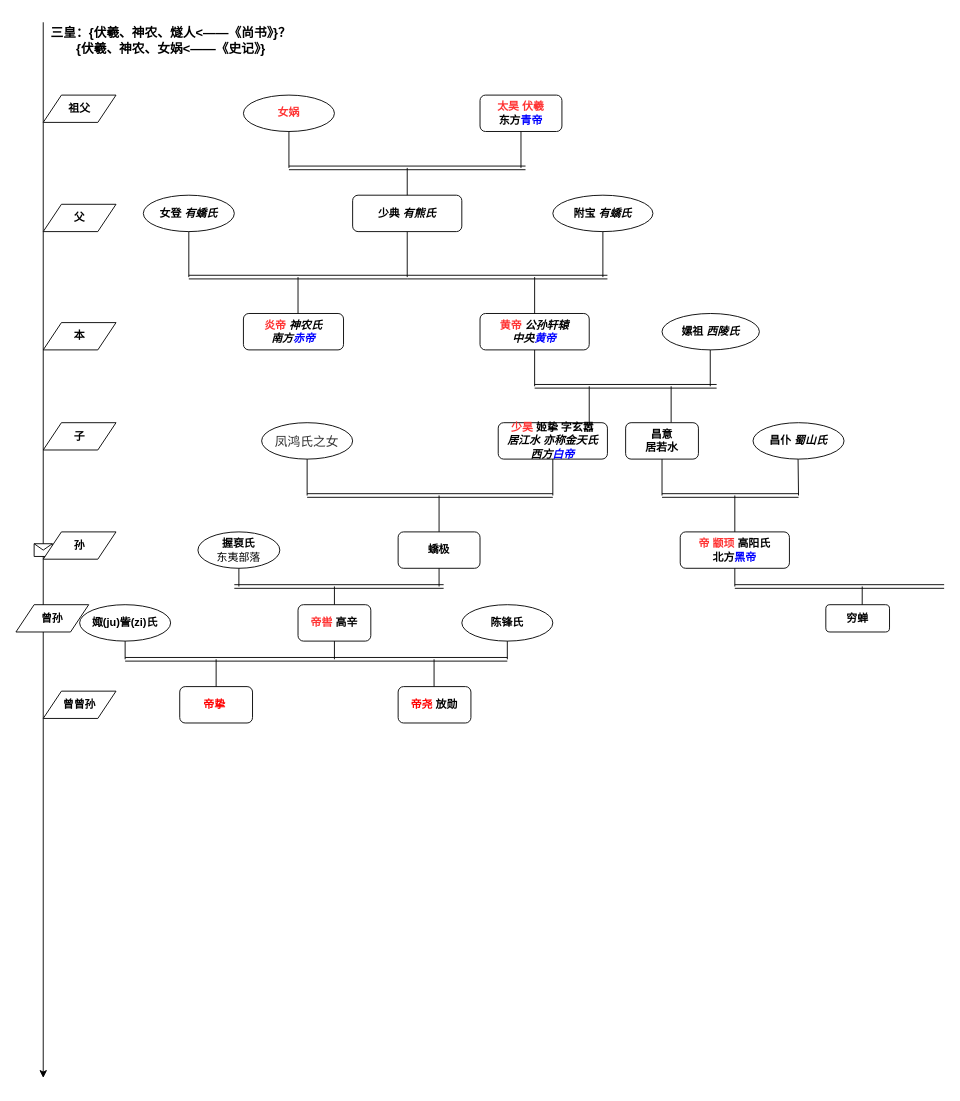
The draw.io diagram imgForHistory/五帝族谱.drawio in Jinzewang/PictureForBlog, before the edit. Source tidied: cells renumbered, new cells numbered last; positions are measured from the earlier drawing's top-left corner, leaving out a move shared by most shapes. Both pictures are drawn from the tidied source at 91%, with x=0, y=0 at pixel (15, 22).
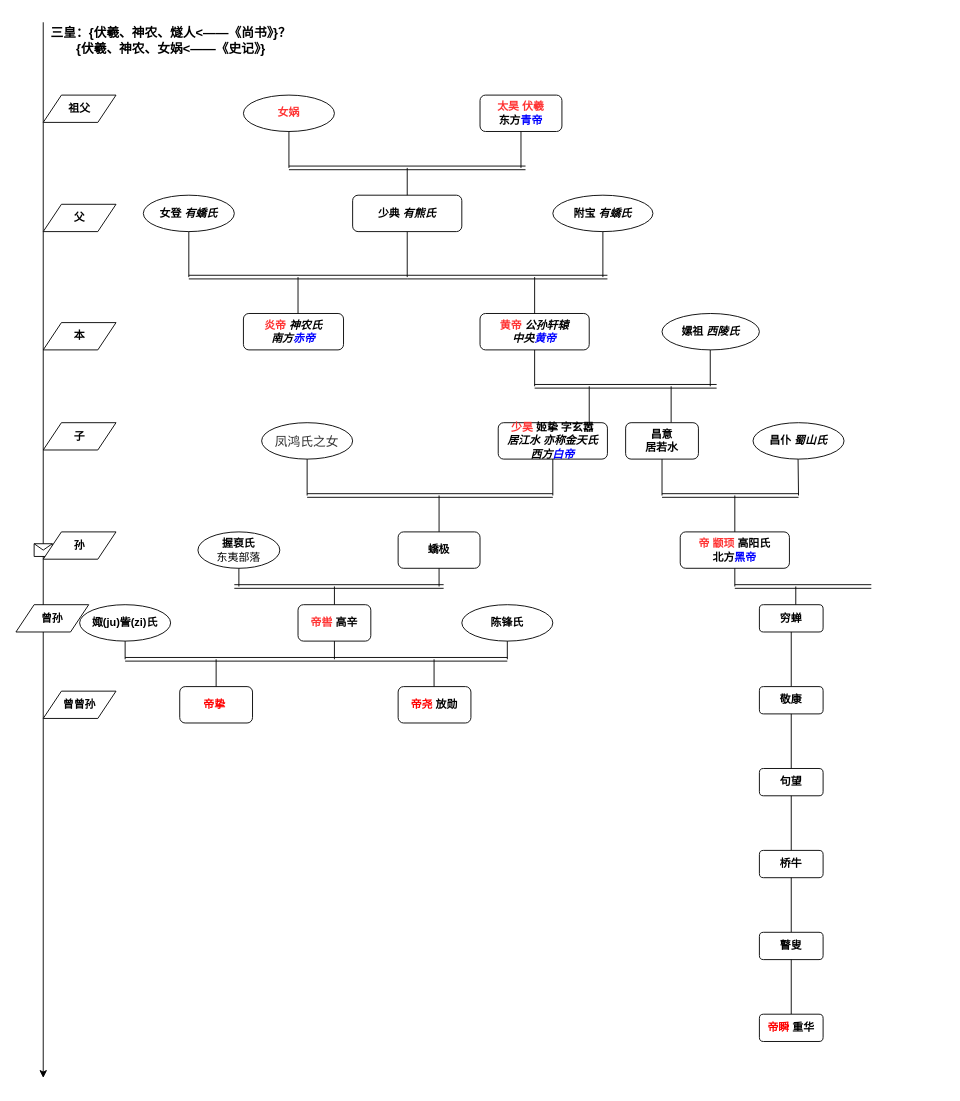
After the change.

Diff of the diagram source:
```diff
@@
     <mxCell id="34" value="&lt;b&gt;穷蝉&lt;/b&gt;" style="rounded=1;whiteSpace=wrap;html=1;fontColor=#000000;" parent="1" vertex="1">
-      <mxGeometry x="890" y="640" width="70" height="30" as="geometry" />
+      <mxGeometry x="817" y="640" width="70" height="30" as="geometry" />
     </mxCell>
@@
     <mxCell id="67" style="shape=link;html=1;rounded=0;" parent="1" edge="1">
       <mxGeometry relative="1" as="geometry">
         <mxPoint x="790" y="620" as="sourcePoint" />
-        <mxPoint x="1020" y="620" as="targetPoint" />
+        <mxPoint x="940" y="620" as="targetPoint" />
       </mxGeometry>
     </mxCell>
     <mxCell id="68" style="endArrow=none;html=1;rounded=0;exitX=0.571;exitY=0;exitDx=0;exitDy=0;exitPerimeter=0;" parent="1" edge="1" source="34">
       <mxGeometry relative="1" as="geometry">
-        <mxPoint x="930" y="620" as="targetPoint" />
+        <mxPoint x="857" y="620" as="targetPoint" />
       </mxGeometry>
     </mxCell>
@@
+    <mxCell id="70" style="endArrow=none;html=1;rounded=0;entryX=0.5;entryY=1;entryDx=0;entryDy=0;" parent="1" edge="1" target="34">
+      <mxGeometry relative="1" as="geometry">
+        <mxPoint x="852" y="730" as="sourcePoint" />
+      </mxGeometry>
+    </mxCell>
+    <mxCell id="71" value="&lt;b&gt;敬康&lt;/b&gt;" style="rounded=1;whiteSpace=wrap;html=1;fontColor=#000000;" parent="1" vertex="1">
+      <mxGeometry x="817" y="730" width="70" height="30" as="geometry" />
+    </mxCell>
+    <mxCell id="72" style="endArrow=none;html=1;rounded=0;entryX=0.5;entryY=1;entryDx=0;entryDy=0;" parent="1" edge="1">
+      <mxGeometry relative="1" as="geometry">
+        <mxPoint x="852" y="820" as="sourcePoint" />
+        <mxPoint x="852" y="760" as="targetPoint" />
+      </mxGeometry>
+    </mxCell>
+    <mxCell id="73" value="&lt;b&gt;句望&lt;br&gt;&lt;/b&gt;" style="rounded=1;whiteSpace=wrap;html=1;fontColor=#000000;" parent="1" vertex="1">
+      <mxGeometry x="817" y="820" width="70" height="30" as="geometry" />
+    </mxCell>
+    <mxCell id="74" style="endArrow=none;html=1;rounded=0;entryX=0.5;entryY=1;entryDx=0;entryDy=0;" parent="1" edge="1">
+      <mxGeometry relative="1" as="geometry">
+        <mxPoint x="852" y="910" as="sourcePoint" />
+        <mxPoint x="852" y="850" as="targetPoint" />
+      </mxGeometry>
+    </mxCell>
+    <mxCell id="75" value="&lt;b&gt;桥牛&lt;/b&gt;" style="rounded=1;whiteSpace=wrap;html=1;fontColor=#000000;" parent="1" vertex="1">
+      <mxGeometry x="817" y="910" width="70" height="30" as="geometry" />
+    </mxCell>
+    <mxCell id="76" style="endArrow=none;html=1;rounded=0;entryX=0.5;entryY=1;entryDx=0;entryDy=0;" parent="1" edge="1">
+      <mxGeometry relative="1" as="geometry">
+        <mxPoint x="852" y="1000" as="sourcePoint" />
+        <mxPoint x="852" y="940" as="targetPoint" />
+      </mxGeometry>
+    </mxCell>
+    <mxCell id="77" value="&lt;b&gt;瞽叟&lt;/b&gt;" style="rounded=1;whiteSpace=wrap;html=1;fontColor=#000000;" parent="1" vertex="1">
+      <mxGeometry x="817" y="1000" width="70" height="30" as="geometry" />
+    </mxCell>
+    <mxCell id="78" style="endArrow=none;html=1;rounded=0;entryX=0.5;entryY=1;entryDx=0;entryDy=0;" parent="1" edge="1">
+      <mxGeometry relative="1" as="geometry">
+        <mxPoint x="852" y="1090" as="sourcePoint" />
+        <mxPoint x="852" y="1030" as="targetPoint" />
+      </mxGeometry>
+    </mxCell>
+    <mxCell id="79" value="&lt;b&gt;&lt;font color=&quot;#ff0000&quot;&gt;帝瞬&lt;/font&gt; 重华&lt;/b&gt;" style="rounded=1;whiteSpace=wrap;html=1;fontColor=#000000;" parent="1" vertex="1">
+      <mxGeometry x="817" y="1090" width="70" height="30" as="geometry" />
+    </mxCell>
```
